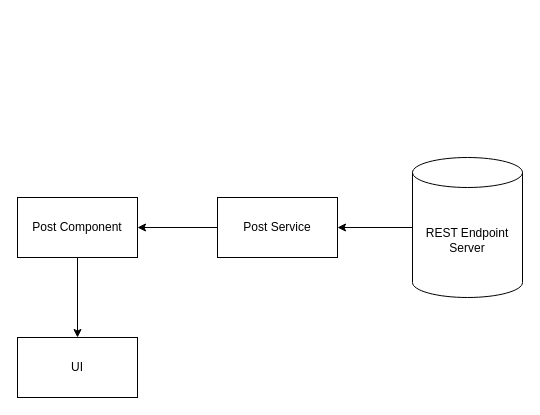
Before: page "Page-8" (7 of 8) of refs/ng-diagrams.drawio in synergy2411/dec-24-ng, a draw.io diagram. Source tidied: cells renumbered, new cells numbered last; positions are measured from the earlier drawing's top-left corner, leaving out a move shared by most shapes. Both pictures are drawn from the tidied source at 100%, with x=0, y=0 at pixel (17, 157).
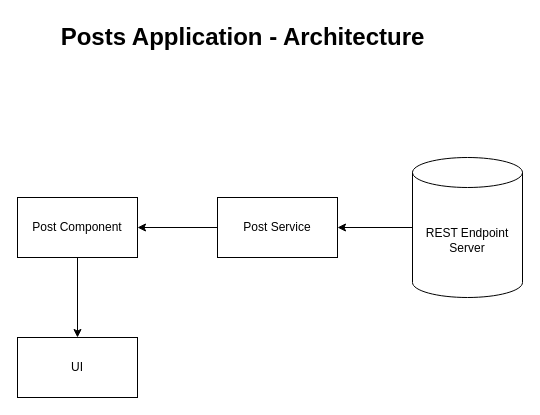
The same diagram, later.

Diff of the diagram source:
```diff
@@
 <mxGraphModel>
   <root>
     <mxCell id="0" />
     <mxCell id="1" parent="0" />
     <mxCell id="2" style="edgeStyle=orthogonalEdgeStyle;rounded=0;jettySize=auto;html=1;" parent="1" edge="1" source="3" target="5">
       <mxGeometry relative="1" as="geometry" />
     </mxCell>
     <mxCell id="3" value="REST Endpoint Server" style="shape=cylinder3;whiteSpace=wrap;html=1;boundedLbl=1;backgroundOutline=1;size=15;" parent="1" vertex="1">
       <mxGeometry x="395" width="110" height="140" as="geometry" />
     </mxCell>
     <mxCell id="4" style="edgeStyle=orthogonalEdgeStyle;rounded=0;jettySize=auto;html=1;" parent="1" edge="1" source="5" target="7">
       <mxGeometry relative="1" as="geometry" />
     </mxCell>
     <mxCell id="5" value="Post Service" style="whiteSpace=wrap;html=1;" parent="1" vertex="1">
       <mxGeometry x="200" y="40" width="120" height="60" as="geometry" />
     </mxCell>
     <mxCell id="6" style="edgeStyle=orthogonalEdgeStyle;rounded=0;jettySize=auto;html=1;" parent="1" edge="1" source="7" target="8">
       <mxGeometry relative="1" as="geometry" />
     </mxCell>
     <mxCell id="7" value="Post Component" style="whiteSpace=wrap;html=1;" parent="1" vertex="1">
       <mxGeometry y="40" width="120" height="60" as="geometry" />
     </mxCell>
     <mxCell id="8" value="UI" style="whiteSpace=wrap;html=1;" parent="1" vertex="1">
       <mxGeometry y="180" width="120" height="60" as="geometry" />
     </mxCell>
+    <mxCell id="9" value="Posts Application - Architecture" style="text;strokeColor=none;fillColor=none;html=1;fontSize=24;fontStyle=1;verticalAlign=middle;align=center;" parent="1" vertex="1">
+      <mxGeometry x="175" y="-140" width="100" height="40" as="geometry" />
+    </mxCell>
   </root>
 </mxGraphModel>
```
